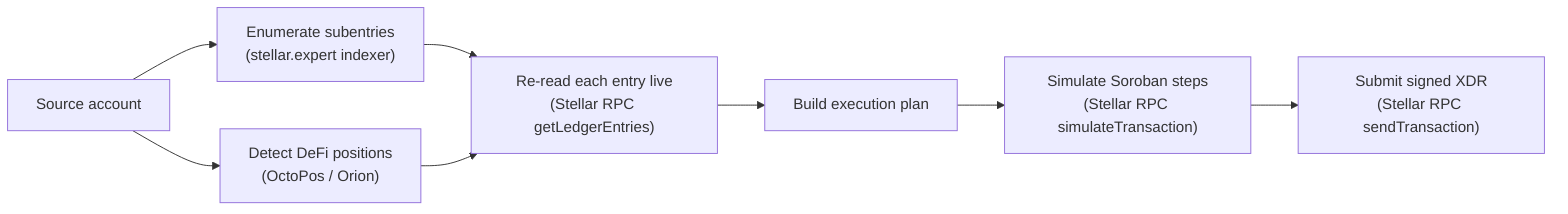
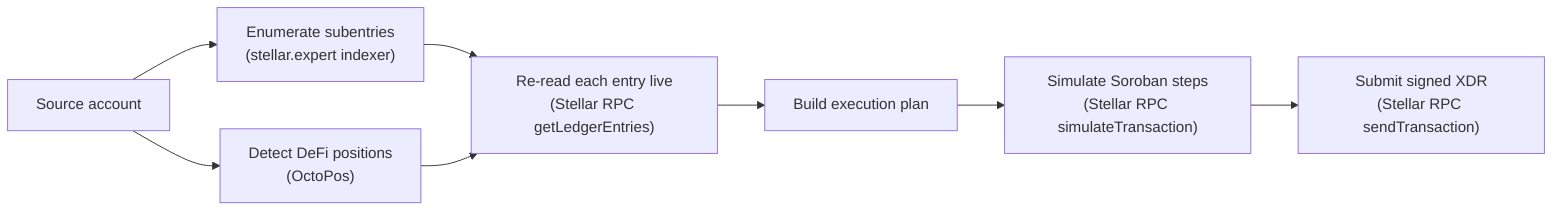
flowchart LR
    acct["Source account"] --> enum["Enumerate subentries<br/>(stellar.expert indexer)"]
-     acct --> defiq["Detect DeFi positions<br/>(OctoPos / Orion)"]
+     acct --> defiq["Detect DeFi positions<br/>(OctoPos)"]
    enum --> verify["Re-read each entry live<br/>(Stellar RPC getLedgerEntries)"]
    defiq --> verify
    verify --> plan["Build execution plan"]
    plan --> sim["Simulate Soroban steps<br/>(Stellar RPC simulateTransaction)"]
    sim --> submit["Submit signed XDR<br/>(Stellar RPC sendTransaction)"]
